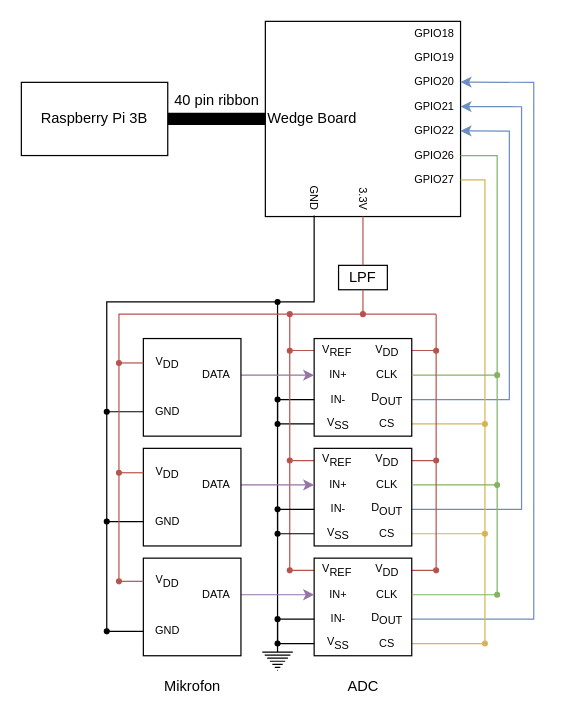
kristiangoystdal/TTT4280_sensor_lab keeps this draw.io diagram as page "Kretstegning" (2 of 5) of Lab_2/lab2.drawio. Above is the earlier version. Source tidied: cells renumbered, new cells numbered last; positions are measured from the earlier drawing's top-left corner, leaving out a move shared by most shapes. Both pictures are drawn from the tidied source at 122%, with x=0, y=0 at pixel (21, 21).
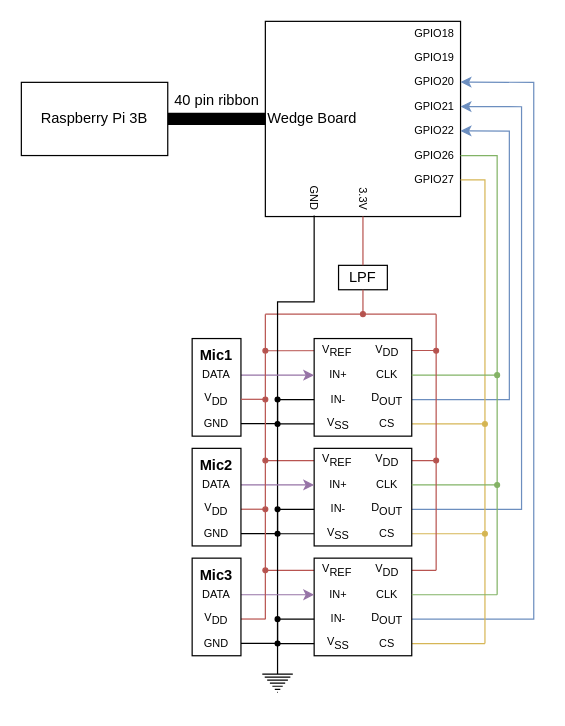
The same page after the edit.

Unchanged cells that the change refers to:
```xml
<mxCell id="11" value="GPIO26" style="text;html=1;align=right;verticalAlign=middle;points=[];strokeColor=none;fillColor=none;fontSize=9;spacingLeft=0;spacingTop=0;spacingRight=4;" parent="1" vertex="1">
  <mxGeometry x="300" y="100" width="60" height="20" as="geometry" />
</mxCell>
<mxCell id="12" value="GPIO27" style="text;html=1;align=right;verticalAlign=middle;points=[];strokeColor=none;fillColor=none;fontSize=9;spacingLeft=0;spacingTop=0;spacingRight=4;" parent="1" vertex="1">
  <mxGeometry x="300" y="120" width="60" height="20" as="geometry" />
</mxCell>
<mxCell id="42" style="group;" parent="1" vertex="1">
  <mxGeometry x="240" y="260" width="80" height="80" as="geometry" />
</mxCell>
<mxCell id="45" value="IN-" style="text;html=1;strokeColor=none;fillColor=none;align=center;verticalAlign=middle;whiteSpace=wrap;rounded=0;rotation=0;fontSize=9;" parent="42" vertex="1">
  <mxGeometry y="40" width="40" height="20" as="geometry" />
</mxCell>
<mxCell id="46" value="V&lt;sub style=&quot;font-size: 9px;&quot;&gt;SS&lt;/sub&gt;" style="text;html=1;strokeColor=none;fillColor=none;align=center;verticalAlign=middle;whiteSpace=wrap;rounded=0;rotation=0;fontSize=9;" parent="42" vertex="1">
  <mxGeometry y="60" width="40" height="20" as="geometry" />
</mxCell>
<mxCell id="84" style="ellipse;whiteSpace=wrap;html=1;fillColor=#000000;strokeColor=#000000;fillStyle=solid;fontColor=#ffffff;" parent="1" vertex="1">
  <mxGeometry x="208" y="508" width="4" height="4" as="geometry" />
</mxCell>
```

Change to the diagram source:
```diff
@@
-    <mxCell id="2" style="endArrow=none;html=1;rounded=0;fillColor=#f8cecc;strokeColor=#b85450;" parent="1" edge="1">
+    <mxCell id="2" style="endArrow=none;html=1;rounded=0;fillColor=#f8cecc;strokeColor=#b85450;exitX=1;exitY=0.5;exitDx=0;exitDy=0;" parent="1" edge="1" source="64">
       <mxGeometry relative="1" as="geometry">
-        <mxPoint x="220" y="360" as="sourcePoint" />
         <mxPoint x="340" y="360" as="targetPoint" />
       </mxGeometry>
     </mxCell>
-    <mxCell id="3" style="endArrow=none;html=1;rounded=0;fillColor=#f8cecc;strokeColor=#b85450;" parent="1" edge="1">
+    <mxCell id="3" style="endArrow=none;html=1;rounded=0;fillColor=#f8cecc;strokeColor=#b85450;exitX=1;exitY=0.5;exitDx=0;exitDy=0;" parent="1" edge="1" source="65">
       <mxGeometry relative="1" as="geometry">
-        <mxPoint x="220" y="450" as="sourcePoint" />
         <mxPoint x="340" y="450" as="targetPoint" />
       </mxGeometry>
     </mxCell>
-    <mxCell id="4" style="endArrow=none;html=1;rounded=0;fillColor=#f8cecc;strokeColor=#b85450;" parent="1" edge="1">
+    <mxCell id="4" style="endArrow=none;html=1;rounded=0;fillColor=#f8cecc;strokeColor=#b85450;exitX=1;exitY=0.5;exitDx=0;exitDy=0;" parent="1" edge="1" source="63">
       <mxGeometry relative="1" as="geometry">
-        <mxPoint x="220" y="269.8" as="sourcePoint" />
         <mxPoint x="340" y="269.8" as="targetPoint" />
       </mxGeometry>
     </mxCell>
@@
-    <mxCell id="18" style="endArrow=none;html=1;rounded=0;endFill=0;fillColor=#fff2cc;strokeColor=#d6b656;entryX=0.5;entryY=0;entryDx=0;entryDy=0;" parent="1" edge="1" source="12" target="75">
+    <mxCell id="18" style="endArrow=none;html=1;rounded=0;endFill=0;fillColor=#fff2cc;strokeColor=#d6b656;" parent="1" edge="1" source="12">
       <mxGeometry relative="1" as="geometry">
+        <mxPoint x="380" y="510" as="targetPoint" />
         <Array as="points">
           <mxPoint x="380" y="130" />
         </Array>
       </mxGeometry>
     </mxCell>
@@
     <mxCell id="52" style="endArrow=none;html=1;rounded=0;" parent="42" edge="1" source="45" target="46">
       <mxGeometry relative="1" as="geometry">
         <Array as="points">
           <mxPoint x="-30" y="50" />
+          <mxPoint x="-30" y="60" />
           <mxPoint x="-30" y="70" />
         </Array>
       </mxGeometry>
     </mxCell>
-    <mxCell id="53" style="endArrow=none;html=1;rounded=0;endFill=0;fillColor=#d5e8d4;strokeColor=#82b366;entryX=0.5;entryY=0;entryDx=0;entryDy=0;" parent="1" edge="1" source="11" target="71">
+    <mxCell id="53" style="endArrow=none;html=1;rounded=0;endFill=0;fillColor=#d5e8d4;strokeColor=#82b366;" parent="1" edge="1" source="11">
       <mxGeometry relative="1" as="geometry">
+        <mxPoint x="390" y="470" as="targetPoint" />
         <Array as="points">
           <mxPoint x="390" y="110" />
         </Array>
       </mxGeometry>
     </mxCell>
@@
     <mxCell id="60" style="endArrow=none;html=1;rounded=0;fillColor=#f8cecc;strokeColor=#b85450;" parent="1" edge="1">
       <mxGeometry relative="1" as="geometry">
-        <mxPoint x="220" y="240" as="sourcePoint" />
+        <mxPoint x="200" y="240" as="sourcePoint" />
         <mxPoint x="340" y="240" as="targetPoint" />
       </mxGeometry>
     </mxCell>
-    <mxCell id="61" style="endArrow=none;html=1;rounded=0;fillColor=#f8cecc;strokeColor=#b85450;exitX=0.5;exitY=0;exitDx=0;exitDy=0;" parent="1" edge="1" source="66">
+    <mxCell id="61" style="endArrow=none;html=1;rounded=0;fillColor=#f8cecc;strokeColor=#b85450;" parent="1" edge="1">
       <mxGeometry relative="1" as="geometry">
+        <mxPoint x="340" y="450" as="sourcePoint" />
         <mxPoint x="340" y="240" as="targetPoint" />
       </mxGeometry>
     </mxCell>
-    <mxCell id="62" style="endArrow=none;html=1;rounded=0;fillColor=#f8cecc;strokeColor=#b85450;exitX=0.5;exitY=1;exitDx=0;exitDy=0;" parent="1" edge="1" source="65">
+    <mxCell id="62" style="endArrow=none;html=1;rounded=0;fillColor=#f8cecc;strokeColor=#b85450;" parent="1" edge="1" source="63">
       <mxGeometry relative="1" as="geometry">
-        <mxPoint x="220" y="240" as="targetPoint" />
+        <mxPoint x="200" y="240" as="targetPoint" />
       </mxGeometry>
     </mxCell>
-    <mxCell id="63" style="ellipse;whiteSpace=wrap;html=1;fillColor=#b3534e;strokeColor=#b85450;fillStyle=solid;gradientColor=none;" parent="1" vertex="1">
-      <mxGeometry x="218" y="268" width="4" height="4" as="geometry" />
-    </mxCell>
-    <mxCell id="64" style="ellipse;whiteSpace=wrap;html=1;fillColor=#b3534e;strokeColor=#b85450;fillStyle=solid;gradientColor=none;" parent="1" vertex="1">
-      <mxGeometry x="218" y="358" width="4" height="4" as="geometry" />
-    </mxCell>
     <mxCell id="65" style="ellipse;whiteSpace=wrap;html=1;fillColor=#b3534e;strokeColor=#b85450;fillStyle=solid;gradientColor=none;" parent="1" vertex="1">
-      <mxGeometry x="218" y="448" width="4" height="4" as="geometry" />
+      <mxGeometry x="198" y="448" width="4" height="4" as="geometry" />
     </mxCell>
-    <mxCell id="66" style="ellipse;whiteSpace=wrap;html=1;fillColor=#b3534e;strokeColor=#b85450;fillStyle=solid;gradientColor=none;" parent="1" vertex="1">
-      <mxGeometry x="338" y="448" width="4" height="4" as="geometry" />
-    </mxCell>
@@
-    <mxCell id="71" style="ellipse;whiteSpace=wrap;html=1;fillColor=#86b264;strokeColor=#82b366;fillStyle=solid;" parent="1" vertex="1">
-      <mxGeometry x="388" y="468" width="4" height="4" as="geometry" />
-    </mxCell>
@@
-    <mxCell id="75" style="ellipse;whiteSpace=wrap;html=1;fillColor=#d3b552;strokeColor=#d6b656;fillStyle=solid;" parent="1" vertex="1">
-      <mxGeometry x="378" y="508" width="4" height="4" as="geometry" />
-    </mxCell>
-    <mxCell id="76" style="endArrow=none;html=1;rounded=0;exitX=0.5;exitY=1;exitDx=0;exitDy=0;" parent="1" edge="1" source="84">
+    <mxCell id="76" style="endArrow=none;html=1;rounded=0;" parent="1" edge="1">
       <mxGeometry relative="1" as="geometry">
+        <mxPoint x="210" y="530" as="sourcePoint" />
         <mxPoint x="240" y="159.1" as="targetPoint" />
         <Array as="points">
           <mxPoint x="210" y="329.1" />
           <mxPoint x="210" y="230" />
           <mxPoint x="240" y="230" />
         </Array>
       </mxGeometry>
     </mxCell>
@@
     <mxCell id="85" style="verticalLabelPosition=bottom;shadow=0;dashed=0;align=center;html=1;verticalAlign=top;shape=mxgraph.electrical.signal_sources.protective_earth;" parent="1" vertex="1">
-      <mxGeometry x="197.5" y="512" width="25" height="20" as="geometry" />
+      <mxGeometry x="197.5" y="530" width="25" height="20" as="geometry" />
     </mxCell>
@@
-    <mxCell id="92" style="rounded=0;whiteSpace=wrap;html=1;horizontal=0;" parent="1" vertex="1">
-      <mxGeometry x="100" y="260" width="80" height="80" as="geometry" />
+    <mxCell id="92" value="Mic1" style="rounded=0;whiteSpace=wrap;html=1;horizontal=1;verticalAlign=top;fontStyle=1;" parent="1" vertex="1">
+      <mxGeometry x="140" y="260" width="40" height="80" as="geometry" />
     </mxCell>
-    <mxCell id="93" style="rounded=0;whiteSpace=wrap;html=1;horizontal=0;" parent="1" vertex="1">
-      <mxGeometry x="100" y="350" width="80" height="80" as="geometry" />
-    </mxCell>
-    <mxCell id="94" style="rounded=0;whiteSpace=wrap;html=1;horizontal=0;" parent="1" vertex="1">
-      <mxGeometry x="100" y="440" width="80" height="80" as="geometry" />
-    </mxCell>
-    <mxCell id="95" style="endArrow=none;html=1;rounded=0;exitX=0.5;exitY=0;exitDx=0;exitDy=0;" parent="1" edge="1" source="100">
-      <mxGeometry relative="1" as="geometry">
-        <mxPoint x="210" y="230" as="targetPoint" />
-        <Array as="points">
-          <mxPoint x="70" y="230" />
-        </Array>
-      </mxGeometry>
-    </mxCell>
-    <mxCell id="96" style="ellipse;whiteSpace=wrap;html=1;fillColor=#000000;strokeColor=#000000;fillStyle=solid;fontColor=#ffffff;" parent="1" vertex="1">
-      <mxGeometry x="68" y="318" width="4" height="4" as="geometry" />
-    </mxCell>
-    <mxCell id="97" style="endArrow=none;html=1;rounded=0;exitX=0;exitY=0.75;exitDx=0;exitDy=0;" parent="1" edge="1" source="92">
+    <mxCell id="97" style="endArrow=none;html=1;rounded=0;exitX=0;exitY=0.75;exitDx=0;exitDy=0;" parent="1" edge="1">
       <mxGeometry relative="1" as="geometry">
-        <mxPoint x="70" y="320" as="targetPoint" />
+        <mxPoint x="210" y="329.8" as="sourcePoint" />
+        <mxPoint x="180" y="329.8" as="targetPoint" />
       </mxGeometry>
     </mxCell>
-    <mxCell id="98" style="ellipse;whiteSpace=wrap;html=1;fillColor=#000000;strokeColor=#000000;fillStyle=solid;fontColor=#ffffff;" parent="1" vertex="1">
-      <mxGeometry x="68" y="408" width="4" height="4" as="geometry" />
-    </mxCell>
     <mxCell id="99" style="endArrow=none;html=1;rounded=0;exitX=0;exitY=0.75;exitDx=0;exitDy=0;" parent="1" edge="1">
       <mxGeometry relative="1" as="geometry">
-        <mxPoint x="100" y="410" as="sourcePoint" />
-        <mxPoint x="70" y="410" as="targetPoint" />
+        <mxPoint x="210" y="419.9" as="sourcePoint" />
+        <mxPoint x="180" y="419.9" as="targetPoint" />
       </mxGeometry>
     </mxCell>
-    <mxCell id="100" style="ellipse;whiteSpace=wrap;html=1;fillColor=#000000;strokeColor=#000000;fillStyle=solid;fontColor=#ffffff;" parent="1" vertex="1">
-      <mxGeometry x="68" y="498" width="4" height="4" as="geometry" />
-    </mxCell>
-    <mxCell id="101" style="endArrow=none;html=1;rounded=0;exitX=0;exitY=0.75;exitDx=0;exitDy=0;" parent="1" edge="1" source="94">
+    <mxCell id="101" style="endArrow=none;html=1;rounded=0;exitX=0;exitY=0.75;exitDx=0;exitDy=0;" parent="1" edge="1">
       <mxGeometry relative="1" as="geometry">
-        <mxPoint x="70" y="500" as="targetPoint" />
+        <mxPoint x="210" y="509.9" as="sourcePoint" />
+        <mxPoint x="180" y="509.9" as="targetPoint" />
       </mxGeometry>
     </mxCell>
-    <mxCell id="102" style="ellipse;whiteSpace=wrap;html=1;fillColor=#B3534E;strokeColor=#b85450;fillStyle=solid;gradientColor=none;" parent="1" vertex="1">
-      <mxGeometry x="78" y="278" width="4" height="4" as="geometry" />
-    </mxCell>
-    <mxCell id="103" style="endArrow=none;html=1;rounded=0;exitX=0;exitY=0.25;exitDx=0;exitDy=0;fillColor=#f8cecc;strokeColor=#b85450;" parent="1" edge="1" source="92">
+    <mxCell id="103" style="endArrow=none;html=1;rounded=0;exitX=0;exitY=0.25;exitDx=0;exitDy=0;fillColor=#f8cecc;strokeColor=#b85450;" parent="1" edge="1">
       <mxGeometry relative="1" as="geometry">
-        <mxPoint x="80" y="280" as="targetPoint" />
+        <mxPoint x="200" y="309.8" as="sourcePoint" />
+        <mxPoint x="180" y="309.8" as="targetPoint" />
       </mxGeometry>
     </mxCell>
-    <mxCell id="104" style="ellipse;whiteSpace=wrap;html=1;fillColor=#B3534E;strokeColor=#b85450;fillStyle=solid;gradientColor=none;" parent="1" vertex="1">
-      <mxGeometry x="78" y="368" width="4" height="4" as="geometry" />
-    </mxCell>
     <mxCell id="105" style="endArrow=none;html=1;rounded=0;exitX=0;exitY=0.25;exitDx=0;exitDy=0;fillColor=#f8cecc;strokeColor=#b85450;" parent="1" edge="1">
       <mxGeometry relative="1" as="geometry">
-        <mxPoint x="100" y="370" as="sourcePoint" />
-        <mxPoint x="80" y="370" as="targetPoint" />
+        <mxPoint x="180" y="399.9" as="sourcePoint" />
+        <mxPoint x="200" y="399.9" as="targetPoint" />
       </mxGeometry>
     </mxCell>
-    <mxCell id="106" style="ellipse;whiteSpace=wrap;html=1;fillColor=#B3534E;strokeColor=#b85450;fillStyle=solid;gradientColor=none;" parent="1" vertex="1">
-      <mxGeometry x="78" y="457" width="4" height="4" as="geometry" />
-    </mxCell>
     <mxCell id="107" style="endArrow=none;html=1;rounded=0;exitX=0;exitY=0.25;exitDx=0;exitDy=0;fillColor=#f8cecc;strokeColor=#b85450;" parent="1" edge="1">
       <mxGeometry relative="1" as="geometry">
-        <mxPoint x="100" y="459" as="sourcePoint" />
-        <mxPoint x="80" y="459" as="targetPoint" />
+        <mxPoint x="200" y="489.9" as="sourcePoint" />
+        <mxPoint x="180" y="489.9" as="targetPoint" />
       </mxGeometry>
     </mxCell>
-    <mxCell id="108" style="endArrow=none;html=1;rounded=0;fillColor=#f8cecc;strokeColor=#b85450;exitX=0.5;exitY=0;exitDx=0;exitDy=0;" parent="1" edge="1" source="106">
-      <mxGeometry relative="1" as="geometry">
-        <mxPoint x="220" y="240" as="targetPoint" />
-        <Array as="points">
-          <mxPoint x="80" y="240" />
-        </Array>
-      </mxGeometry>
-    </mxCell>
-    <mxCell id="109" value="V&lt;sub style=&quot;font-size: 9px;&quot;&gt;DD&lt;/sub&gt;" style="text;html=1;strokeColor=none;fillColor=none;align=center;verticalAlign=middle;whiteSpace=wrap;rounded=0;rotation=0;fontSize=9;fontStyle=0;" parent="1" vertex="1">
-      <mxGeometry x="100" y="360" width="40" height="20" as="geometry" />
-    </mxCell>
-    <mxCell id="110" value="V&lt;sub style=&quot;font-size: 9px;&quot;&gt;DD&lt;/sub&gt;" style="text;html=1;strokeColor=none;fillColor=none;align=center;verticalAlign=middle;whiteSpace=wrap;rounded=0;rotation=0;fontSize=9;fontStyle=0;" parent="1" vertex="1">
-      <mxGeometry x="100" y="449" width="40" height="20" as="geometry" />
-    </mxCell>
     <mxCell id="111" value="V&lt;sub style=&quot;font-size: 9px;&quot;&gt;DD&lt;/sub&gt;" style="text;html=1;strokeColor=none;fillColor=none;align=center;verticalAlign=middle;whiteSpace=wrap;rounded=0;rotation=0;fontSize=9;fontStyle=0;" parent="1" vertex="1">
-      <mxGeometry x="100" y="270" width="40" height="20" as="geometry" />
+      <mxGeometry x="140" y="300" width="40" height="20" as="geometry" />
     </mxCell>
     <mxCell id="112" value="GND" style="text;html=1;strokeColor=none;fillColor=none;align=center;verticalAlign=middle;whiteSpace=wrap;rounded=0;rotation=0;fontSize=9;fontStyle=0;" parent="1" vertex="1">
-      <mxGeometry x="100" y="310" width="40" height="20" as="geometry" />
+      <mxGeometry x="140" y="320" width="40" height="20" as="geometry" />
     </mxCell>
-    <mxCell id="113" value="GND" style="text;html=1;strokeColor=none;fillColor=none;align=center;verticalAlign=middle;whiteSpace=wrap;rounded=0;rotation=0;fontSize=9;fontStyle=0;" parent="1" vertex="1">
-      <mxGeometry x="100" y="400" width="40" height="20" as="geometry" />
-    </mxCell>
-    <mxCell id="114" value="GND" style="text;html=1;strokeColor=none;fillColor=none;align=center;verticalAlign=middle;whiteSpace=wrap;rounded=0;rotation=0;fontSize=9;fontStyle=0;" parent="1" vertex="1">
-      <mxGeometry x="100" y="490" width="40" height="20" as="geometry" />
-    </mxCell>
@@
+    <mxCell id="122" style="endArrow=none;html=1;rounded=0;fillColor=#f8cecc;strokeColor=#b85450;" parent="1" edge="1" source="104" target="64">
+      <mxGeometry relative="1" as="geometry" />
+    </mxCell>
+    <mxCell id="64" style="ellipse;whiteSpace=wrap;html=1;fillColor=#b3534e;strokeColor=#b85450;fillStyle=solid;gradientColor=none;" parent="1" vertex="1">
+      <mxGeometry x="198" y="358" width="4" height="4" as="geometry" />
+    </mxCell>
+    <mxCell id="123" style="endArrow=none;html=1;rounded=0;fillColor=#f8cecc;strokeColor=#b85450;" parent="1" edge="1" source="102" target="63">
+      <mxGeometry relative="1" as="geometry" />
+    </mxCell>
+    <mxCell id="63" style="ellipse;whiteSpace=wrap;html=1;fillColor=#b3534e;strokeColor=#b85450;fillStyle=solid;gradientColor=none;" parent="1" vertex="1">
+      <mxGeometry x="198" y="268" width="4" height="4" as="geometry" />
+    </mxCell>
+    <mxCell id="124" style="endArrow=none;html=1;rounded=0;fillColor=#f8cecc;strokeColor=#b85450;" parent="1" edge="1" source="64" target="102">
+      <mxGeometry relative="1" as="geometry" />
+    </mxCell>
+    <mxCell id="102" style="ellipse;whiteSpace=wrap;html=1;fillColor=#B3534E;strokeColor=#b85450;fillStyle=solid;gradientColor=none;" parent="1" vertex="1">
+      <mxGeometry x="198" y="308" width="4" height="4" as="geometry" />
+    </mxCell>
+    <mxCell id="125" value="Mic2" style="rounded=0;whiteSpace=wrap;html=1;horizontal=1;verticalAlign=top;fontStyle=1;" parent="1" vertex="1">
+      <mxGeometry x="140" y="350" width="40" height="80" as="geometry" />
+    </mxCell>
+    <mxCell id="126" value="V&lt;sub style=&quot;font-size: 9px;&quot;&gt;DD&lt;/sub&gt;" style="text;html=1;strokeColor=none;fillColor=none;align=center;verticalAlign=middle;whiteSpace=wrap;rounded=0;rotation=0;fontSize=9;fontStyle=0;" parent="1" vertex="1">
+      <mxGeometry x="140" y="390" width="40" height="20" as="geometry" />
+    </mxCell>
+    <mxCell id="127" value="GND" style="text;html=1;strokeColor=none;fillColor=none;align=center;verticalAlign=middle;whiteSpace=wrap;rounded=0;rotation=0;fontSize=9;fontStyle=0;" parent="1" vertex="1">
+      <mxGeometry x="140" y="410" width="40" height="20" as="geometry" />
+    </mxCell>
@@
+    <mxCell id="128" value="Mic3" style="rounded=0;whiteSpace=wrap;html=1;horizontal=1;verticalAlign=top;fontStyle=1;" parent="1" vertex="1">
+      <mxGeometry x="140" y="440" width="40" height="80" as="geometry" />
+    </mxCell>
+    <mxCell id="129" value="V&lt;sub style=&quot;font-size: 9px;&quot;&gt;DD&lt;/sub&gt;" style="text;html=1;strokeColor=none;fillColor=none;align=center;verticalAlign=middle;whiteSpace=wrap;rounded=0;rotation=0;fontSize=9;fontStyle=0;" parent="1" vertex="1">
+      <mxGeometry x="140" y="480" width="40" height="20" as="geometry" />
+    </mxCell>
+    <mxCell id="130" value="GND" style="text;html=1;strokeColor=none;fillColor=none;align=center;verticalAlign=middle;whiteSpace=wrap;rounded=0;rotation=0;fontSize=9;fontStyle=0;" parent="1" vertex="1">
+      <mxGeometry x="140" y="500" width="40" height="20" as="geometry" />
+    </mxCell>
@@
-    <mxCell id="118" value="ADC" style="text;html=1;align=center;verticalAlign=middle;strokeColor=none;fillColor=none;" parent="1" vertex="1">
-      <mxGeometry x="255" y="530" width="50" height="30" as="geometry" />
-    </mxCell>
-    <mxCell id="119" value="Mikrofon" style="text;html=1;align=center;verticalAlign=middle;strokeColor=none;fillColor=none;" parent="1" vertex="1">
-      <mxGeometry x="105" y="530" width="70" height="30" as="geometry" />
-    </mxCell>
-    <mxCell id="120" style="ellipse;whiteSpace=wrap;html=1;fillColor=#b3534e;strokeColor=#b85450;fillStyle=solid;gradientColor=none;" parent="1" vertex="1">
-      <mxGeometry x="218" y="238" width="4" height="4" as="geometry" />
-    </mxCell>
-    <mxCell id="121" style="ellipse;whiteSpace=wrap;html=1;fillColor=#000000;strokeColor=#000000;fillStyle=solid;fontColor=#ffffff;" parent="1" vertex="1">
-      <mxGeometry x="208" y="228" width="4" height="4" as="geometry" />
-    </mxCell>
+    <mxCell id="131" style="endArrow=none;html=1;rounded=0;fillColor=#f8cecc;strokeColor=#b85450;" parent="1" edge="1" target="104">
+      <mxGeometry relative="1" as="geometry">
+        <mxPoint x="200" y="490" as="sourcePoint" />
+      </mxGeometry>
+    </mxCell>
+    <mxCell id="104" style="ellipse;whiteSpace=wrap;html=1;fillColor=#B3534E;strokeColor=#b85450;fillStyle=solid;gradientColor=none;direction=south;" parent="1" vertex="1">
+      <mxGeometry x="198" y="398" width="4" height="4" as="geometry" />
+    </mxCell>
```
